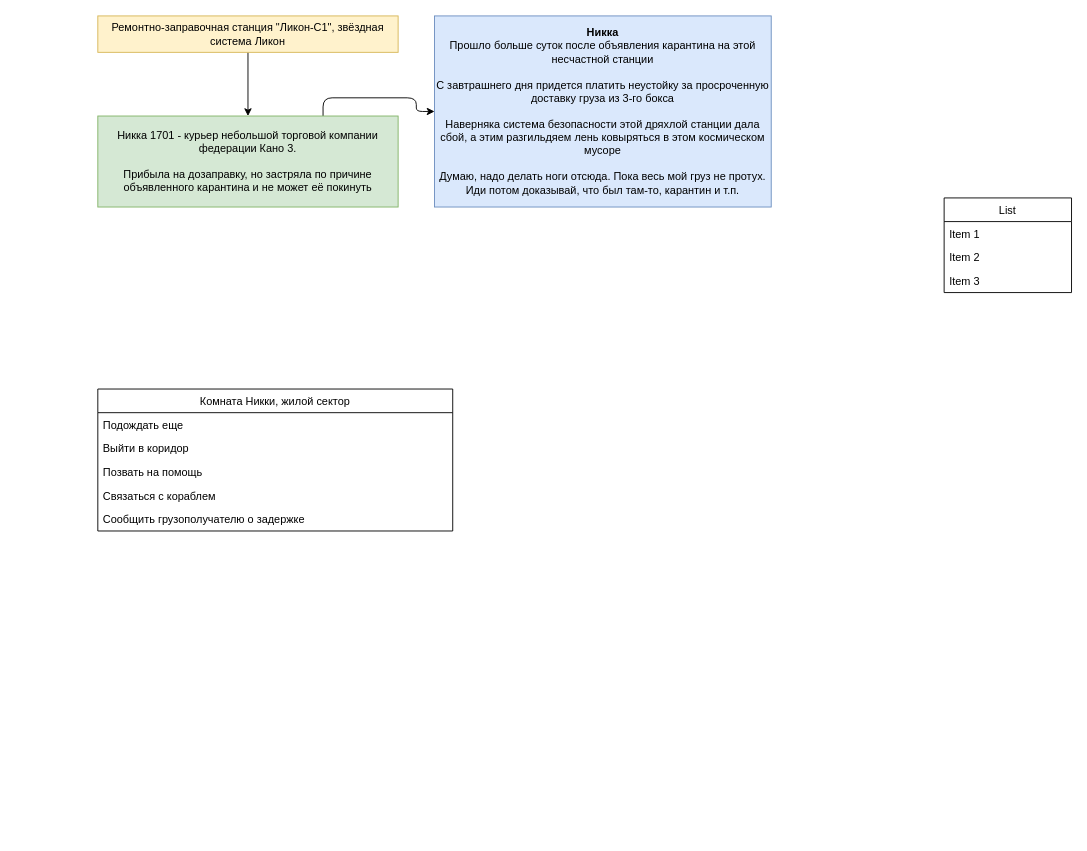
Above: nikka1.drawio in zertex/nikka1 (draw.io), before the change. Source tidied: cells renumbered, new cells numbered last; positions are measured from the earlier drawing's top-left corner, leaving out a move shared by most shapes. Both pictures are drawn from the tidied source at 91%, with x=0, y=0 at pixel (97, 15).
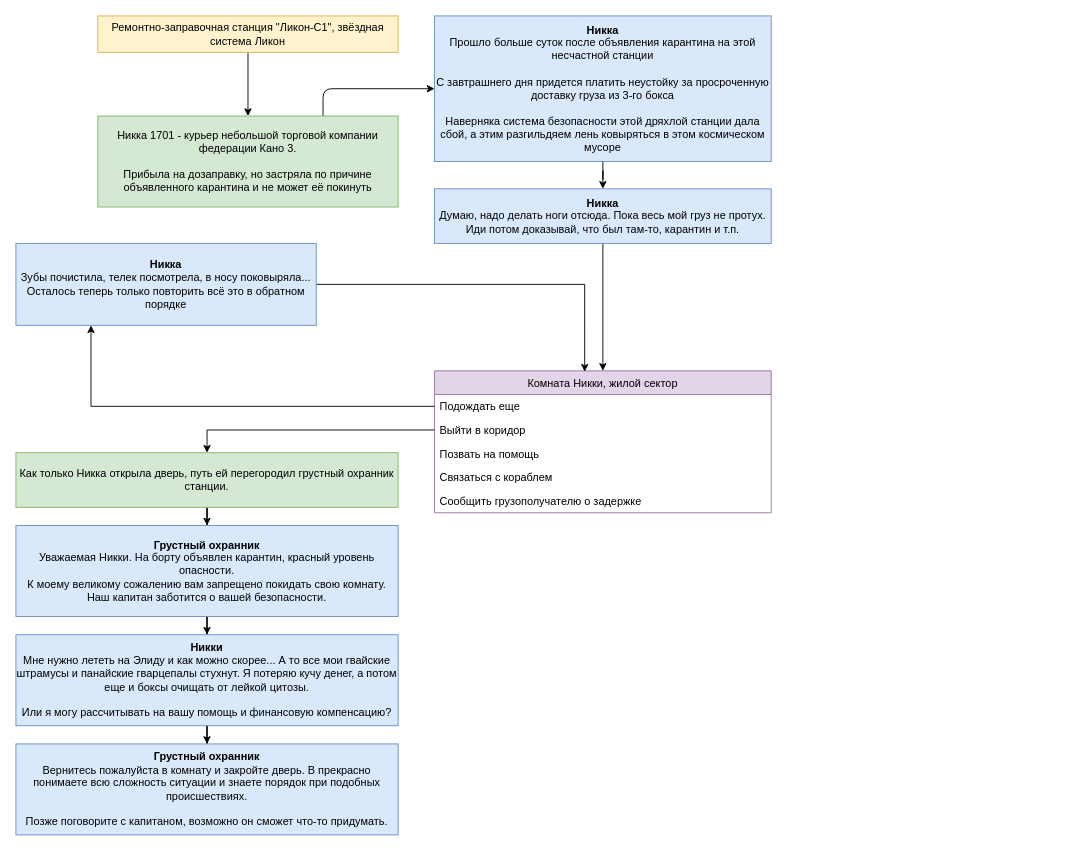
The same page after the edit.

The edit, as a diff of the source:
```diff
@@
-    <mxCell id="2" value="Комната Никки, жилой сектор" style="swimlane;fontStyle=0;horizontal=1;startSize=26;" parent="1" vertex="1">
-      <mxGeometry y="410" width="390" height="156" as="geometry" />
+    <mxCell id="2" value="Комната Никки, жилой сектор" style="swimlane;fontStyle=0;horizontal=1;startSize=26;fillColor=#e1d5e7;strokeColor=#9673a6;" parent="1" vertex="1">
+      <mxGeometry x="370" y="390" width="370" height="156" as="geometry" />
     </mxCell>
     <mxCell id="3" value="Подождать еще" style="text;align=left;verticalAlign=top;spacingLeft=4;spacingRight=4;overflow=hidden;points=[[0,0.5],[1,0.5]];portConstraint=eastwest;" parent="2" vertex="1">
-      <mxGeometry y="26" width="390" height="26" as="geometry" />
+      <mxGeometry y="26" width="370" height="26" as="geometry" />
     </mxCell>
     <mxCell id="4" value="Выйти в коридор" style="text;strokeColor=none;fillColor=none;align=left;verticalAlign=top;spacingLeft=4;spacingRight=4;overflow=hidden;points=[[0,0.5],[1,0.5]];portConstraint=eastwest;" parent="2" vertex="1">
-      <mxGeometry y="52" width="390" height="26" as="geometry" />
+      <mxGeometry y="52" width="370" height="26" as="geometry" />
     </mxCell>
     <mxCell id="5" value="Позвать на помощь" style="text;strokeColor=none;fillColor=none;align=left;verticalAlign=top;spacingLeft=4;spacingRight=4;overflow=hidden;" parent="2" vertex="1">
-      <mxGeometry y="78" width="390" height="26" as="geometry" />
+      <mxGeometry y="78" width="370" height="26" as="geometry" />
     </mxCell>
     <mxCell id="6" value="Связаться с кораблем" style="text;strokeColor=none;fillColor=none;align=left;verticalAlign=top;spacingLeft=4;spacingRight=4;overflow=hidden;" parent="2" vertex="1">
-      <mxGeometry y="104" width="390" height="26" as="geometry" />
+      <mxGeometry y="104" width="370" height="26" as="geometry" />
     </mxCell>
     <mxCell id="7" value="Сообщить грузополучателю о задержке" style="text;strokeColor=none;fillColor=none;align=left;verticalAlign=top;spacingLeft=4;spacingRight=4;overflow=hidden;" parent="2" vertex="1">
-      <mxGeometry y="130" width="390" height="26" as="geometry" />
+      <mxGeometry y="130" width="370" height="26" as="geometry" />
     </mxCell>
+    <mxCell id="17" style="edgeStyle=orthogonalEdgeStyle;rounded=0;jettySize=auto;html=1;entryX=0.5;entryY=0;entryDx=0;entryDy=0;" parent="1" edge="1" source="8" target="19">
+      <mxGeometry relative="1" as="geometry" />
+    </mxCell>
-    <mxCell id="8" value="&lt;div&gt;&lt;b&gt;Никка&lt;/b&gt;&lt;br&gt;&lt;/div&gt;&lt;div&gt;Прошло больше суток после объявления карантина на этой несчастной станции&lt;/div&gt;&lt;div&gt;&lt;br&gt;&lt;/div&gt;&lt;div&gt;&lt;div&gt;С завтрашнего дня придется платить неустойку за просроченную доставку груза из 3-го бокса&lt;/div&gt;&lt;/div&gt;&lt;div&gt;&lt;br&gt;&lt;/div&gt;&lt;div&gt;Наверняка система безопасности этой дряхлой станции дала сбой, а этим разгильдяем лень ковыряться в этом космическом мусоре&lt;/div&gt;&lt;div&gt;&lt;br&gt;&lt;/div&gt;&lt;div&gt;Думаю, надо делать ноги отсюда. Пока весь мой груз не протух. Иди потом доказывай, что был там-то, карантин и т.п.&lt;br&gt;&lt;/div&gt;" style="whiteSpace=wrap;html=1;fillColor=#dae8fc;strokeColor=#6c8ebf;" parent="1" vertex="1">
-      <mxGeometry x="370" width="370" height="210" as="geometry" />
+    <mxCell id="8" value="&lt;div&gt;&lt;b&gt;Никка&lt;/b&gt;&lt;br&gt;&lt;/div&gt;&lt;div&gt;Прошло больше суток после объявления карантина на этой несчастной станции&lt;/div&gt;&lt;div&gt;&lt;br&gt;&lt;/div&gt;&lt;div&gt;&lt;div&gt;С завтрашнего дня придется платить неустойку за просроченную доставку груза из 3-го бокса&lt;/div&gt;&lt;/div&gt;&lt;div&gt;&lt;br&gt;&lt;/div&gt;&lt;div&gt;Наверняка система безопасности этой дряхлой станции дала сбой, а этим разгильдяем лень ковыряться в этом космическом мусоре&lt;/div&gt;" style="whiteSpace=wrap;html=1;fillColor=#dae8fc;strokeColor=#6c8ebf;" parent="1" vertex="1">
+      <mxGeometry x="370" width="370" height="160" as="geometry" />
     </mxCell>
@@
-    <mxCell id="13" value="List" style="swimlane;fontStyle=0;horizontal=1;startSize=26;" parent="1" vertex="1">
-      <mxGeometry x="930" y="200" width="140" height="104" as="geometry" />
-    </mxCell>
-    <mxCell id="14" value="Item 1" style="text;strokeColor=none;fillColor=none;align=left;verticalAlign=top;spacingLeft=4;spacingRight=4;overflow=hidden;" parent="13" vertex="1">
-      <mxGeometry y="26" width="140" height="26" as="geometry" />
-    </mxCell>
-    <mxCell id="15" value="Item 2" style="text;strokeColor=none;fillColor=none;align=left;verticalAlign=top;spacingLeft=4;spacingRight=4;overflow=hidden;" parent="13" vertex="1">
-      <mxGeometry y="52" width="140" height="26" as="geometry" />
-    </mxCell>
-    <mxCell id="16" value="Item 3" style="text;strokeColor=none;fillColor=none;align=left;verticalAlign=top;spacingLeft=4;spacingRight=4;overflow=hidden;" parent="13" vertex="1">
-      <mxGeometry y="78" width="140" height="26" as="geometry" />
-    </mxCell>
+    <mxCell id="18" style="edgeStyle=orthogonalEdgeStyle;rounded=0;jettySize=auto;html=1;entryX=0.5;entryY=0;entryDx=0;entryDy=0;" parent="1" edge="1" source="19" target="2">
+      <mxGeometry relative="1" as="geometry" />
+    </mxCell>
+    <mxCell id="19" value="&lt;b&gt;Никка&lt;/b&gt;&lt;br&gt;&lt;div&gt;Думаю, надо делать ноги отсюда. Пока весь мой груз не протух. Иди потом доказывай, что был там-то, карантин и т.п.&lt;/div&gt;" style="rounded=0;whiteSpace=wrap;html=1;fillColor=#dae8fc;strokeColor=#6c8ebf;" parent="1" vertex="1">
+      <mxGeometry x="370" y="190" width="370" height="60" as="geometry" />
+    </mxCell>
+    <mxCell id="20" style="edgeStyle=orthogonalEdgeStyle;rounded=0;jettySize=auto;html=1;entryX=0.446;entryY=0.006;entryDx=0;entryDy=0;entryPerimeter=0;" parent="1" edge="1" source="21" target="2">
+      <mxGeometry relative="1" as="geometry" />
+    </mxCell>
+    <mxCell id="21" value="&lt;div&gt;&lt;b&gt;Никка&lt;/b&gt;&lt;br&gt;&lt;/div&gt;&lt;div&gt;Зубы почистила, телек посмотрела, в носу поковыряла...&lt;/div&gt;&lt;div&gt;Осталось теперь только повторить всё это в обратном порядке&lt;br&gt;&lt;/div&gt;" style="rounded=0;whiteSpace=wrap;html=1;fillColor=#dae8fc;strokeColor=#6c8ebf;" parent="1" vertex="1">
+      <mxGeometry x="-90" y="250" width="330" height="90" as="geometry" />
+    </mxCell>
+    <mxCell id="22" style="edgeStyle=orthogonalEdgeStyle;rounded=0;jettySize=auto;html=1;" parent="1" edge="1" source="23" target="25">
+      <mxGeometry relative="1" as="geometry" />
+    </mxCell>
+    <mxCell id="23" value="Как только Никка открыла дверь, путь ей перегородил грустный охранник станции." style="rounded=0;whiteSpace=wrap;html=1;fillColor=#d5e8d4;strokeColor=#82b366;" parent="1" vertex="1">
+      <mxGeometry x="-90" y="480" width="420" height="60" as="geometry" />
+    </mxCell>
+    <mxCell id="24" style="edgeStyle=orthogonalEdgeStyle;rounded=0;jettySize=auto;html=1;entryX=0.5;entryY=0;entryDx=0;entryDy=0;" parent="1" edge="1" source="25" target="29">
+      <mxGeometry relative="1" as="geometry" />
+    </mxCell>
+    <mxCell id="25" value="&lt;div&gt;&lt;b&gt;Грустный охранник&lt;/b&gt;&lt;/div&gt;&lt;div&gt;Уважаемая Никки. На борту объявлен карантин, красный уровень опасности.&lt;/div&gt;&lt;div&gt;К моему великому сожалению вам запрещено покидать свою комнату.&lt;/div&gt;&lt;div&gt;Наш капитан заботится о вашей безопасности.&lt;br&gt;&lt;/div&gt;" style="rounded=0;whiteSpace=wrap;html=1;fillColor=#dae8fc;strokeColor=#6c8ebf;" parent="1" vertex="1">
+      <mxGeometry x="-90" y="560" width="420" height="100" as="geometry" />
+    </mxCell>
+    <mxCell id="26" style="edgeStyle=orthogonalEdgeStyle;rounded=0;jettySize=auto;html=1;" parent="1" edge="1" source="4" target="23">
+      <mxGeometry relative="1" as="geometry" />
+    </mxCell>
+    <mxCell id="27" style="edgeStyle=orthogonalEdgeStyle;rounded=0;jettySize=auto;html=1;entryX=0.25;entryY=1;entryDx=0;entryDy=0;" parent="1" edge="1" source="3" target="21">
+      <mxGeometry relative="1" as="geometry" />
+    </mxCell>
+    <mxCell id="28" style="edgeStyle=orthogonalEdgeStyle;rounded=0;jettySize=auto;html=1;entryX=0.5;entryY=0;entryDx=0;entryDy=0;" parent="1" edge="1" source="29" target="30">
+      <mxGeometry relative="1" as="geometry" />
+    </mxCell>
+    <mxCell id="29" value="&lt;div&gt;&lt;b&gt;Никки&lt;/b&gt;&lt;br&gt;&lt;/div&gt;&lt;div&gt;Мне нужно лететь на Элиду и как можно скорее... А то все мои гвайские штрамусы и панайские гварцепалы стухнут. Я потеряю кучу денег, а потом еще и боксы очищать от лейкой цитозы.&lt;/div&gt;&lt;div&gt;&lt;br&gt;&lt;/div&gt;&lt;div&gt;Или я могу рассчитывать на вашу помощь и финансовую компенсацию?&lt;br&gt;&lt;/div&gt;" style="rounded=0;whiteSpace=wrap;html=1;fillColor=#dae8fc;strokeColor=#6c8ebf;" parent="1" vertex="1">
+      <mxGeometry x="-90" y="680" width="420" height="100" as="geometry" />
+    </mxCell>
+    <mxCell id="30" value="&lt;div&gt;&lt;b&gt;Грустный охранник&lt;/b&gt;&lt;br&gt;&lt;/div&gt;&lt;div&gt;Вернитесь пожалуйста в комнату и закройте дверь. В прекрасно понимаете всю сложность ситуации и знаете порядок при подобных происшествиях.&lt;/div&gt;&lt;div&gt;&lt;br&gt;&lt;/div&gt;&lt;div&gt;Позже поговорите с капитаном, возможно он сможет что-то придумать.&lt;br&gt;&lt;/div&gt;" style="rounded=0;whiteSpace=wrap;html=1;fillColor=#dae8fc;strokeColor=#6c8ebf;" parent="1" vertex="1">
+      <mxGeometry x="-90" y="800" width="420" height="100" as="geometry" />
+    </mxCell>
```
